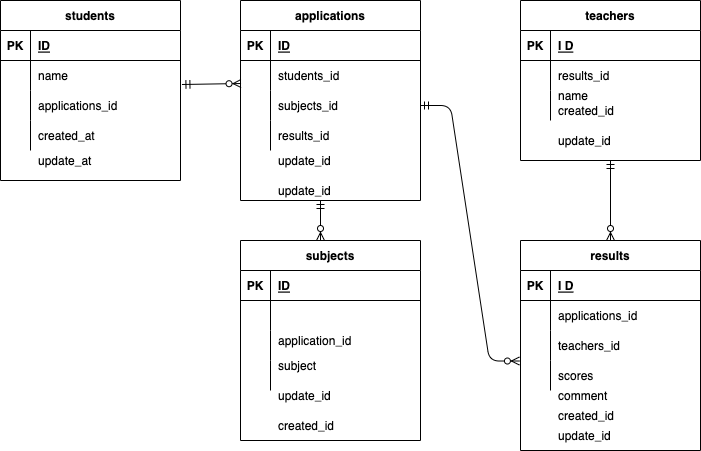
Above: index.drawio.png in FukumuraTakayuki/20221019ERtest (draw.io), before the change. Source tidied: cells renumbered, new cells last; positions are measured from the earlier drawing's top-left corner, leaving out a move shared by most shapes.
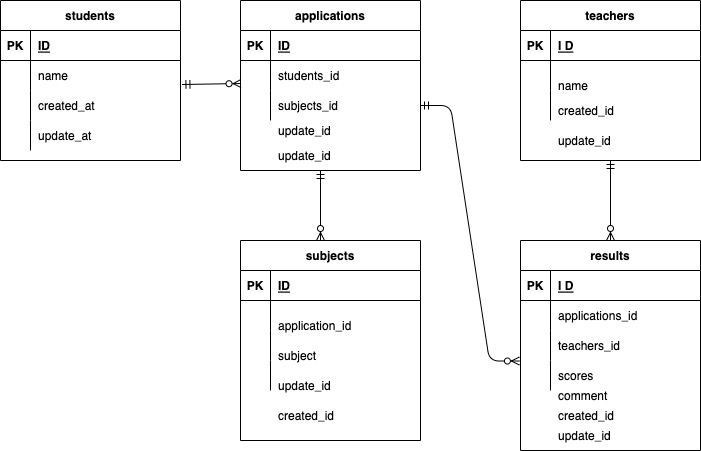
Above is the later version.

The edit, as a diff of the source:
```diff
@@ -3,7 +3,7 @@
     <mxCell id="0" />
     <mxCell id="1" parent="0" />
     <mxCell id="2" value="students" style="shape=table;startSize=30;rowLines=0;fontStyle=1;align=center;" parent="1" vertex="1">
-      <mxGeometry width="180" height="180" as="geometry" />
+      <mxGeometry width="180" height="160" as="geometry" />
     </mxCell>
     <mxCell id="3" style="shape=partialRectangle;fillColor=none;top=0;left=0;bottom=1;right=0;" parent="2" vertex="1">
       <mxGeometry y="30" width="180" height="30" as="geometry" />
@@ -23,26 +23,26 @@
     <mxCell id="8" value="name" style="shape=partialRectangle;fillColor=none;top=0;left=0;bottom=0;right=0;align=left;spacingLeft=6;overflow=hidden;" parent="6" vertex="1">
       <mxGeometry x="30" width="150" height="30" as="geometry" />
     </mxCell>
+    <mxCell id="12" style="shape=partialRectangle;fillColor=none;top=0;left=0;bottom=0;right=0;" parent="2" vertex="1">
+      <mxGeometry y="90" width="180" height="30" as="geometry" />
+    </mxCell>
+    <mxCell id="13" style="shape=partialRectangle;fillColor=none;top=0;left=0;bottom=0;right=0;overflow=hidden;" parent="12" vertex="1">
+      <mxGeometry width="30" height="30" as="geometry" />
+    </mxCell>
+    <mxCell id="14" value="created_at" style="shape=partialRectangle;fillColor=none;top=0;left=0;bottom=0;right=0;align=left;spacingLeft=6;overflow=hidden;" parent="12" vertex="1">
+      <mxGeometry x="30" width="150" height="30" as="geometry" />
+    </mxCell>
     <mxCell id="9" style="shape=partialRectangle;fillColor=none;top=0;left=0;bottom=0;right=0;" parent="2" vertex="1">
-      <mxGeometry y="90" width="180" height="30" as="geometry" />
+      <mxGeometry y="120" width="180" height="30" as="geometry" />
     </mxCell>
     <mxCell id="10" style="shape=partialRectangle;fillColor=none;top=0;left=0;bottom=0;right=0;overflow=hidden;" parent="9" vertex="1">
       <mxGeometry width="30" height="30" as="geometry" />
     </mxCell>
-    <mxCell id="11" value="applications_id" style="shape=partialRectangle;fillColor=none;top=0;left=0;bottom=0;right=0;align=left;spacingLeft=6;overflow=hidden;" parent="9" vertex="1">
+    <mxCell id="11" style="shape=partialRectangle;fillColor=none;top=0;left=0;bottom=0;right=0;align=left;spacingLeft=6;overflow=hidden;" parent="9" vertex="1">
       <mxGeometry x="30" width="150" height="30" as="geometry" />
     </mxCell>
-    <mxCell id="12" style="shape=partialRectangle;fillColor=none;top=0;left=0;bottom=0;right=0;" parent="2" vertex="1">
-      <mxGeometry y="120" width="180" height="30" as="geometry" />
-    </mxCell>
-    <mxCell id="13" style="shape=partialRectangle;fillColor=none;top=0;left=0;bottom=0;right=0;overflow=hidden;" parent="12" vertex="1">
-      <mxGeometry width="30" height="30" as="geometry" />
-    </mxCell>
-    <mxCell id="14" value="created_at" style="shape=partialRectangle;fillColor=none;top=0;left=0;bottom=0;right=0;align=left;spacingLeft=6;overflow=hidden;" parent="12" vertex="1">
-      <mxGeometry x="30" width="150" height="30" as="geometry" />
-    </mxCell>
     <mxCell id="15" value="applications" style="shape=table;startSize=30;rowLines=0;fontStyle=1;align=center;" parent="1" vertex="1">
-      <mxGeometry x="240" width="180" height="200" as="geometry" />
+      <mxGeometry x="240" width="180" height="170" as="geometry" />
     </mxCell>
     <mxCell id="16" style="shape=partialRectangle;fillColor=none;top=0;left=0;bottom=1;right=0;" parent="15" vertex="1">
       <mxGeometry y="30" width="180" height="30" as="geometry" />
@@ -71,15 +71,6 @@
     <mxCell id="24" value="subjects_id" style="shape=partialRectangle;fillColor=none;top=0;left=0;bottom=0;right=0;align=left;spacingLeft=6;overflow=hidden;" parent="22" vertex="1">
       <mxGeometry x="30" width="150" height="30" as="geometry" />
     </mxCell>
-    <mxCell id="25" style="shape=partialRectangle;fillColor=none;top=0;left=0;bottom=0;right=0;" parent="15" vertex="1">
-      <mxGeometry y="120" width="180" height="30" as="geometry" />
-    </mxCell>
-    <mxCell id="26" style="shape=partialRectangle;fillColor=none;top=0;left=0;bottom=0;right=0;overflow=hidden;" parent="25" vertex="1">
-      <mxGeometry width="30" height="30" as="geometry" />
-    </mxCell>
-    <mxCell id="27" value="results_id" style="shape=partialRectangle;fillColor=none;top=0;left=0;bottom=0;right=0;align=left;spacingLeft=6;overflow=hidden;" parent="25" vertex="1">
-      <mxGeometry x="30" width="150" height="30" as="geometry" />
-    </mxCell>
     <mxCell id="28" value="subjects" style="shape=table;startSize=30;rowLines=0;fontStyle=1;align=center;" parent="1" vertex="1">
       <mxGeometry x="240" y="240" width="180" height="200" as="geometry" />
     </mxCell>
@@ -176,7 +167,7 @@
     <mxCell id="59" style="shape=partialRectangle;fillColor=none;top=0;left=0;bottom=0;right=0;overflow=hidden;" parent="58" vertex="1">
       <mxGeometry width="30" height="30" as="geometry" />
     </mxCell>
-    <mxCell id="60" value="results_id" style="shape=partialRectangle;fillColor=none;top=0;left=0;bottom=0;right=0;align=left;spacingLeft=6;overflow=hidden;" parent="58" vertex="1">
+    <mxCell id="60" style="shape=partialRectangle;fillColor=none;top=0;left=0;bottom=0;right=0;align=left;spacingLeft=6;overflow=hidden;" parent="58" vertex="1">
       <mxGeometry x="30" width="150" height="30" as="geometry" />
     </mxCell>
     <mxCell id="61" style="shape=partialRectangle;fillColor=none;top=0;left=0;bottom=0;right=0;" parent="54" vertex="1">
@@ -189,10 +180,10 @@
       <mxGeometry x="30" width="150" height="30" as="geometry" />
     </mxCell>
     <mxCell id="64" value="created_id" style="shape=partialRectangle;fillColor=none;top=0;left=0;bottom=0;right=0;align=left;spacingLeft=6;overflow=hidden;" parent="1" vertex="1">
-      <mxGeometry x="270" y="410" width="150" height="30" as="geometry" />
+      <mxGeometry x="270" y="400" width="150" height="30" as="geometry" />
     </mxCell>
     <mxCell id="65" value="update_id" style="shape=partialRectangle;fillColor=none;top=0;left=0;bottom=0;right=0;align=left;spacingLeft=6;overflow=hidden;" parent="1" vertex="1">
-      <mxGeometry x="270" y="380" width="150" height="30" as="geometry" />
+      <mxGeometry x="270" y="370" width="150" height="30" as="geometry" />
     </mxCell>
     <mxCell id="66" value="created_id" style="shape=partialRectangle;fillColor=none;top=0;left=0;bottom=0;right=0;align=left;spacingLeft=6;overflow=hidden;" parent="1" vertex="1">
       <mxGeometry x="550" y="400" width="150" height="30" as="geometry" />
@@ -207,25 +198,25 @@
       <mxGeometry relative="1" as="geometry" />
     </mxCell>
     <mxCell id="70" value="subject" style="shape=partialRectangle;fillColor=none;top=0;left=0;bottom=0;right=0;align=left;spacingLeft=6;overflow=hidden;" parent="1" vertex="1">
-      <mxGeometry x="270" y="350" width="150" height="30" as="geometry" />
+      <mxGeometry x="270" y="340" width="150" height="30" as="geometry" />
     </mxCell>
     <mxCell id="71" style="edgeStyle=entityRelationEdgeStyle;fontSize=12;html=1;endArrow=ERzeroToMany;startArrow=ERmandOne;exitX=1;exitY=0.5;exitDx=0;exitDy=0;entryX=-0.006;entryY=0.017;entryDx=0;entryDy=0;entryPerimeter=0;" parent="1" edge="1" source="22" target="51">
       <mxGeometry relative="1" as="geometry" />
     </mxCell>
     <mxCell id="72" style="fontSize=12;html=1;endArrow=ERzeroToMany;startArrow=ERmandOne;" parent="1" edge="1">
       <mxGeometry relative="1" as="geometry">
-        <mxPoint x="320" y="200" as="sourcePoint" />
+        <mxPoint x="320" y="170" as="sourcePoint" />
         <mxPoint x="320" y="240" as="targetPoint" />
       </mxGeometry>
     </mxCell>
     <mxCell id="73" value="application_id" style="shape=partialRectangle;fillColor=none;top=0;left=0;bottom=0;right=0;align=left;spacingLeft=6;overflow=hidden;" parent="1" vertex="1">
-      <mxGeometry x="270" y="325" width="150" height="30" as="geometry" />
+      <mxGeometry x="270" y="310" width="150" height="30" as="geometry" />
     </mxCell>
     <mxCell id="74" value="update_id" style="shape=partialRectangle;fillColor=none;top=0;left=0;bottom=0;right=0;align=left;spacingLeft=6;overflow=hidden;" parent="1" vertex="1">
-      <mxGeometry x="270" y="180" width="150" height="20" as="geometry" />
+      <mxGeometry x="270" y="145" width="150" height="20" as="geometry" />
     </mxCell>
     <mxCell id="75" value="update_id" style="shape=partialRectangle;fillColor=none;top=0;left=0;bottom=0;right=0;align=left;spacingLeft=6;overflow=hidden;" parent="1" vertex="1">
-      <mxGeometry x="270" y="150" width="150" height="20" as="geometry" />
+      <mxGeometry x="270" y="120" width="150" height="20" as="geometry" />
     </mxCell>
     <mxCell id="76" value="comment" style="shape=partialRectangle;fillColor=none;top=0;left=0;bottom=0;right=0;align=left;spacingLeft=6;overflow=hidden;" parent="1" vertex="1">
       <mxGeometry x="550" y="380" width="150" height="30" as="geometry" />
@@ -234,7 +225,7 @@
       <mxGeometry x="550" y="300" width="150" height="30" as="geometry" />
     </mxCell>
     <mxCell id="78" style="shape=partialRectangle;fillColor=none;top=0;left=0;bottom=0;right=0;" parent="1" vertex="1">
-      <mxGeometry x="520" y="80" width="180" height="30" as="geometry" />
+      <mxGeometry x="520" y="70" width="180" height="30" as="geometry" />
     </mxCell>
     <mxCell id="79" style="shape=partialRectangle;fillColor=none;top=0;left=0;bottom=0;right=0;overflow=hidden;" parent="78" vertex="1">
       <mxGeometry width="30" height="30" as="geometry" />
@@ -249,7 +240,7 @@
       <mxGeometry x="550" y="130" width="150" height="20" as="geometry" />
     </mxCell>
     <mxCell id="83" value="update_at" style="shape=partialRectangle;fillColor=none;top=0;left=0;bottom=0;right=0;align=left;spacingLeft=6;overflow=hidden;" parent="1" vertex="1">
-      <mxGeometry x="30" y="145" width="150" height="30" as="geometry" />
+      <mxGeometry x="30" y="120" width="150" height="30" as="geometry" />
     </mxCell>
   </root>
 </mxGraphModel>
```
